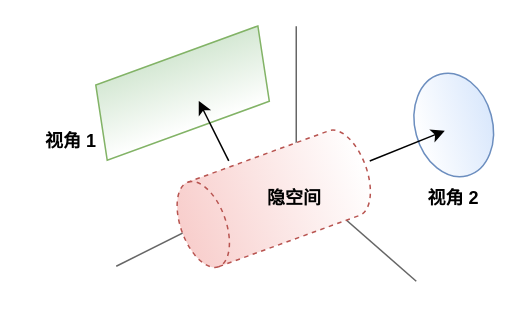
Before: BDLMSC_figure.drawio in caolei2000/BDLMSC, a draw.io diagram. Source tidied: cells renumbered, new cells numbered last; positions are measured from the earlier drawing's top-left corner, leaving out a move shared by most shapes. Both pictures are drawn from the tidied source at 150%, with x=0, y=0 at pixel (26, 26).
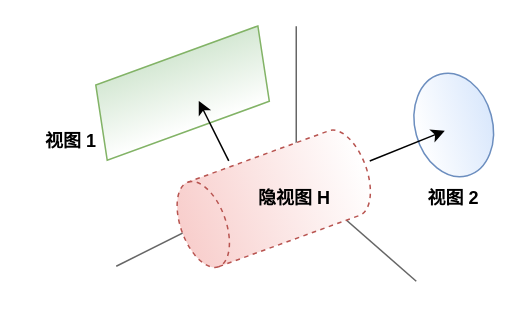
The same page after the edit.

Change to the diagram source:
```diff
@@
 <mxGraphModel>
   <root>
     <mxCell id="0" />
     <mxCell id="1" parent="0" />
     <mxCell id="2" style="endArrow=none;html=1;rounded=0;fillColor=#f5f5f5;strokeColor=#666666;" parent="1" edge="1">
       <mxGeometry relative="1" as="geometry">
         <mxPoint x="180" y="100" as="sourcePoint" />
         <mxPoint x="180" as="targetPoint" />
       </mxGeometry>
     </mxCell>
     <mxCell id="3" style="endArrow=none;html=1;rounded=0;fillColor=#f5f5f5;strokeColor=#666666;" parent="1" edge="1">
       <mxGeometry relative="1" as="geometry">
         <mxPoint x="60" y="160" as="sourcePoint" />
         <mxPoint x="180" y="100" as="targetPoint" />
       </mxGeometry>
     </mxCell>
     <mxCell id="4" style="endArrow=none;html=1;rounded=0;fillColor=#f5f5f5;strokeColor=#666666;" parent="1" edge="1">
       <mxGeometry relative="1" as="geometry">
         <mxPoint x="180" y="100" as="sourcePoint" />
         <mxPoint x="260" y="170" as="targetPoint" />
       </mxGeometry>
     </mxCell>
     <mxCell id="5" style="shape=cylinder3;whiteSpace=wrap;html=1;boundedLbl=1;backgroundOutline=1;size=15;rotation=-110;fillColor=#f8cecc;strokeColor=#b85450;dashed=1;gradientColor=#FFFFFF;" parent="1" vertex="1">
       <mxGeometry x="135" y="50" width="60" height="130" as="geometry" />
     </mxCell>
     <mxCell id="6" style="ellipse;whiteSpace=wrap;html=1;rotation=75;fillColor=#dae8fc;strokeColor=#6c8ebf;gradientColor=#FFFFFF;gradientDirection=south;" parent="1" vertex="1">
       <mxGeometry x="250" y="40" width="70" height="51.6" as="geometry" />
     </mxCell>
     <mxCell id="7" style="shape=parallelogram;perimeter=parallelogramPerimeter;whiteSpace=wrap;html=1;fixedSize=1;size=10;rotation=-20;fillColor=#d5e8d4;strokeColor=#82b366;gradientColor=#FFFFFF;" parent="1" vertex="1">
       <mxGeometry x="41.7" y="19.7" width="125" height="49.8" as="geometry" />
     </mxCell>
     <mxCell id="8" style="endArrow=classic;html=1;rounded=0;" parent="1" edge="1">
       <mxGeometry relative="1" as="geometry">
         <mxPoint x="229" y="89.8" as="sourcePoint" />
         <mxPoint x="279" y="69.7" as="targetPoint" />
       </mxGeometry>
     </mxCell>
     <mxCell id="9" style="endArrow=classic;html=1;rounded=0;" parent="1" edge="1">
       <mxGeometry relative="1" as="geometry">
         <mxPoint x="135" y="89.8" as="sourcePoint" />
         <mxPoint x="115" y="49.8" as="targetPoint" />
       </mxGeometry>
     </mxCell>
-    <mxCell id="10" value="&lt;b&gt;视角 1&lt;/b&gt;" style="text;html=1;align=center;verticalAlign=middle;whiteSpace=wrap;rounded=0;" parent="1" vertex="1">
+    <mxCell id="10" value="&lt;b&gt;视图 1&lt;/b&gt;" style="text;html=1;align=center;verticalAlign=middle;whiteSpace=wrap;rounded=0;" parent="1" vertex="1">
       <mxGeometry y="61.6" width="60" height="30" as="geometry" />
     </mxCell>
-    <mxCell id="11" value="&lt;b&gt;视角 2&lt;/b&gt;" style="text;html=1;align=center;verticalAlign=middle;whiteSpace=wrap;rounded=0;" parent="1" vertex="1">
+    <mxCell id="11" value="&lt;b&gt;视图 2&lt;/b&gt;" style="text;html=1;align=center;verticalAlign=middle;whiteSpace=wrap;rounded=0;" parent="1" vertex="1">
       <mxGeometry x="255" y="100" width="60" height="30" as="geometry" />
     </mxCell>
-    <mxCell id="12" value="&lt;b&gt;隐空间&lt;/b&gt;" style="text;html=1;align=center;verticalAlign=middle;whiteSpace=wrap;rounded=0;" parent="1" vertex="1">
+    <mxCell id="12" value="&lt;b&gt;隐视图 H&lt;/b&gt;" style="text;html=1;align=center;verticalAlign=middle;whiteSpace=wrap;rounded=0;" parent="1" vertex="1">
       <mxGeometry x="149" y="100" width="60" height="30" as="geometry" />
     </mxCell>
   </root>
 </mxGraphModel>
```
